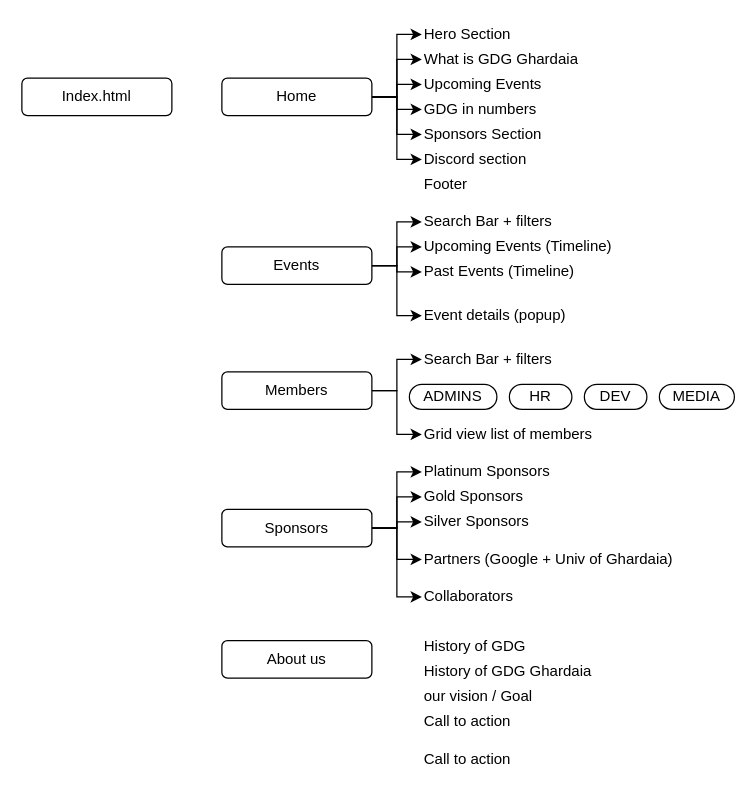
Before: GDG Website diagram.drawio in AbderrahmaneSAOUDI/draw.io, a draw.io diagram. Source tidied: cells renumbered, new cells numbered last; positions are measured from the earlier drawing's top-left corner, leaving out a move shared by most shapes. Both pictures are drawn from the tidied source at 125%, with x=0, y=0 at pixel (21, 21).
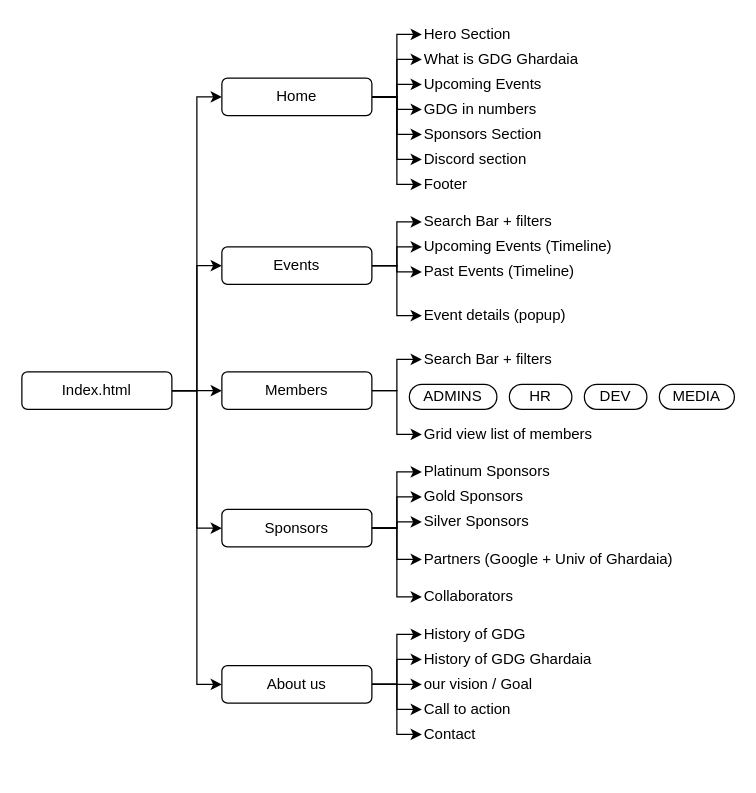
The same page after the edit.

Unchanged cells that the change refers to:
```xml
<mxCell id="9" value="Home" style="rounded=1;whiteSpace=wrap;html=1;" parent="1" vertex="1">
  <mxGeometry x="160" y="45" width="120" height="30" as="geometry" />
</mxCell>
<mxCell id="14" value="Events" style="rounded=1;whiteSpace=wrap;html=1;" parent="1" vertex="1">
  <mxGeometry x="160" y="180" width="120" height="30" as="geometry" />
</mxCell>
<mxCell id="17" value="Members" style="rounded=1;whiteSpace=wrap;html=1;" parent="1" vertex="1">
  <mxGeometry x="160" y="280" width="120" height="30" as="geometry" />
</mxCell>
<mxCell id="23" value="Sponsors" style="rounded=1;whiteSpace=wrap;html=1;" parent="1" vertex="1">
  <mxGeometry x="160" y="390" width="120" height="30" as="geometry" />
</mxCell>
<mxCell id="46" value="Footer" style="text;html=1;align=left;verticalAlign=middle;whiteSpace=wrap;rounded=0;" parent="1" vertex="1">
  <mxGeometry x="320" y="120" width="130" height="20" as="geometry" />
</mxCell>
```

The edit, as a diff of the source:
```diff
@@
+    <mxCell id="52" style="edgeStyle=orthogonalEdgeStyle;rounded=0;jettySize=auto;html=1;exitX=1;exitY=0.5;exitDx=0;exitDy=0;entryX=0;entryY=0.5;entryDx=0;entryDy=0;" parent="1" edge="1" source="2" target="9">
+      <mxGeometry relative="1" as="geometry" />
+    </mxCell>
+    <mxCell id="53" style="edgeStyle=orthogonalEdgeStyle;rounded=0;jettySize=auto;html=1;exitX=1;exitY=0.5;exitDx=0;exitDy=0;entryX=0;entryY=0.5;entryDx=0;entryDy=0;" parent="1" edge="1" source="2" target="14">
+      <mxGeometry relative="1" as="geometry" />
+    </mxCell>
+    <mxCell id="54" style="edgeStyle=orthogonalEdgeStyle;rounded=0;jettySize=auto;html=1;exitX=1;exitY=0.5;exitDx=0;exitDy=0;entryX=0;entryY=0.5;entryDx=0;entryDy=0;" parent="1" edge="1" source="2" target="17">
+      <mxGeometry relative="1" as="geometry" />
+    </mxCell>
+    <mxCell id="55" style="edgeStyle=orthogonalEdgeStyle;rounded=0;jettySize=auto;html=1;exitX=1;exitY=0.5;exitDx=0;exitDy=0;entryX=0;entryY=0.5;entryDx=0;entryDy=0;" parent="1" edge="1" source="2" target="23">
+      <mxGeometry relative="1" as="geometry" />
+    </mxCell>
+    <mxCell id="56" style="edgeStyle=orthogonalEdgeStyle;rounded=0;jettySize=auto;html=1;exitX=1;exitY=0.5;exitDx=0;exitDy=0;entryX=0;entryY=0.5;entryDx=0;entryDy=0;" parent="1" edge="1" source="2" target="24">
+      <mxGeometry relative="1" as="geometry" />
+    </mxCell>
     <mxCell id="2" value="Index.html" style="rounded=1;whiteSpace=wrap;html=1;" parent="1" vertex="1">
-      <mxGeometry y="45" width="120" height="30" as="geometry" />
+      <mxGeometry y="280" width="120" height="30" as="geometry" />
     </mxCell>
@@
+    <mxCell id="57" style="edgeStyle=orthogonalEdgeStyle;rounded=0;jettySize=auto;html=1;exitX=1;exitY=0.5;exitDx=0;exitDy=0;entryX=0;entryY=0.5;entryDx=0;entryDy=0;" parent="1" edge="1" source="9" target="46">
+      <mxGeometry relative="1" as="geometry" />
+    </mxCell>
@@
+    <mxCell id="58" style="edgeStyle=orthogonalEdgeStyle;rounded=0;jettySize=auto;html=1;exitX=1;exitY=0.5;exitDx=0;exitDy=0;entryX=0;entryY=0.5;entryDx=0;entryDy=0;" parent="1" edge="1" source="24" target="47">
+      <mxGeometry relative="1" as="geometry" />
+    </mxCell>
+    <mxCell id="59" style="edgeStyle=orthogonalEdgeStyle;rounded=0;jettySize=auto;html=1;exitX=1;exitY=0.5;exitDx=0;exitDy=0;entryX=0;entryY=0.5;entryDx=0;entryDy=0;" parent="1" edge="1" source="24" target="48">
+      <mxGeometry relative="1" as="geometry" />
+    </mxCell>
+    <mxCell id="60" style="edgeStyle=orthogonalEdgeStyle;rounded=0;jettySize=auto;html=1;exitX=1;exitY=0.5;exitDx=0;exitDy=0;entryX=0;entryY=0.5;entryDx=0;entryDy=0;" parent="1" edge="1" source="24" target="49">
+      <mxGeometry relative="1" as="geometry" />
+    </mxCell>
+    <mxCell id="61" style="edgeStyle=orthogonalEdgeStyle;rounded=0;jettySize=auto;html=1;exitX=1;exitY=0.5;exitDx=0;exitDy=0;entryX=0;entryY=0.5;entryDx=0;entryDy=0;" parent="1" edge="1" source="24" target="50">
+      <mxGeometry relative="1" as="geometry" />
+    </mxCell>
+    <mxCell id="62" style="edgeStyle=orthogonalEdgeStyle;rounded=0;jettySize=auto;html=1;exitX=1;exitY=0.5;exitDx=0;exitDy=0;entryX=0;entryY=0.5;entryDx=0;entryDy=0;" parent="1" edge="1" source="24" target="51">
+      <mxGeometry relative="1" as="geometry" />
+    </mxCell>
     <mxCell id="24" value="About us" style="rounded=1;whiteSpace=wrap;html=1;" parent="1" vertex="1">
-      <mxGeometry x="160" y="495" width="120" height="30" as="geometry" />
+      <mxGeometry x="160" y="515" width="120" height="30" as="geometry" />
     </mxCell>
@@
     <mxCell id="47" value="History of GDG" style="text;html=1;align=left;verticalAlign=middle;whiteSpace=wrap;rounded=0;" parent="1" vertex="1">
-      <mxGeometry x="320" y="490" width="210" height="20" as="geometry" />
+      <mxGeometry x="320" y="480" width="210" height="20" as="geometry" />
     </mxCell>
     <mxCell id="48" value="History of GDG Ghardaia" style="text;html=1;align=left;verticalAlign=middle;whiteSpace=wrap;rounded=0;" parent="1" vertex="1">
-      <mxGeometry x="320" y="510" width="210" height="20" as="geometry" />
+      <mxGeometry x="320" y="500" width="210" height="20" as="geometry" />
     </mxCell>
     <mxCell id="49" value="our vision / Goal" style="text;html=1;align=left;verticalAlign=middle;whiteSpace=wrap;rounded=0;" parent="1" vertex="1">
-      <mxGeometry x="320" y="530" width="210" height="20" as="geometry" />
+      <mxGeometry x="320" y="520" width="210" height="20" as="geometry" />
     </mxCell>
     <mxCell id="50" value="Call to action" style="text;html=1;align=left;verticalAlign=middle;whiteSpace=wrap;rounded=0;" parent="1" vertex="1">
-      <mxGeometry x="320" y="550" width="210" height="20" as="geometry" />
+      <mxGeometry x="320" y="540" width="210" height="20" as="geometry" />
     </mxCell>
-    <mxCell id="51" value="Call to action" style="text;html=1;align=left;verticalAlign=middle;whiteSpace=wrap;rounded=0;" parent="1" vertex="1">
-      <mxGeometry x="320" y="580" width="210" height="20" as="geometry" />
+    <mxCell id="51" value="Contact" style="text;html=1;align=left;verticalAlign=middle;whiteSpace=wrap;rounded=0;" parent="1" vertex="1">
+      <mxGeometry x="320" y="560" width="210" height="20" as="geometry" />
     </mxCell>
```
